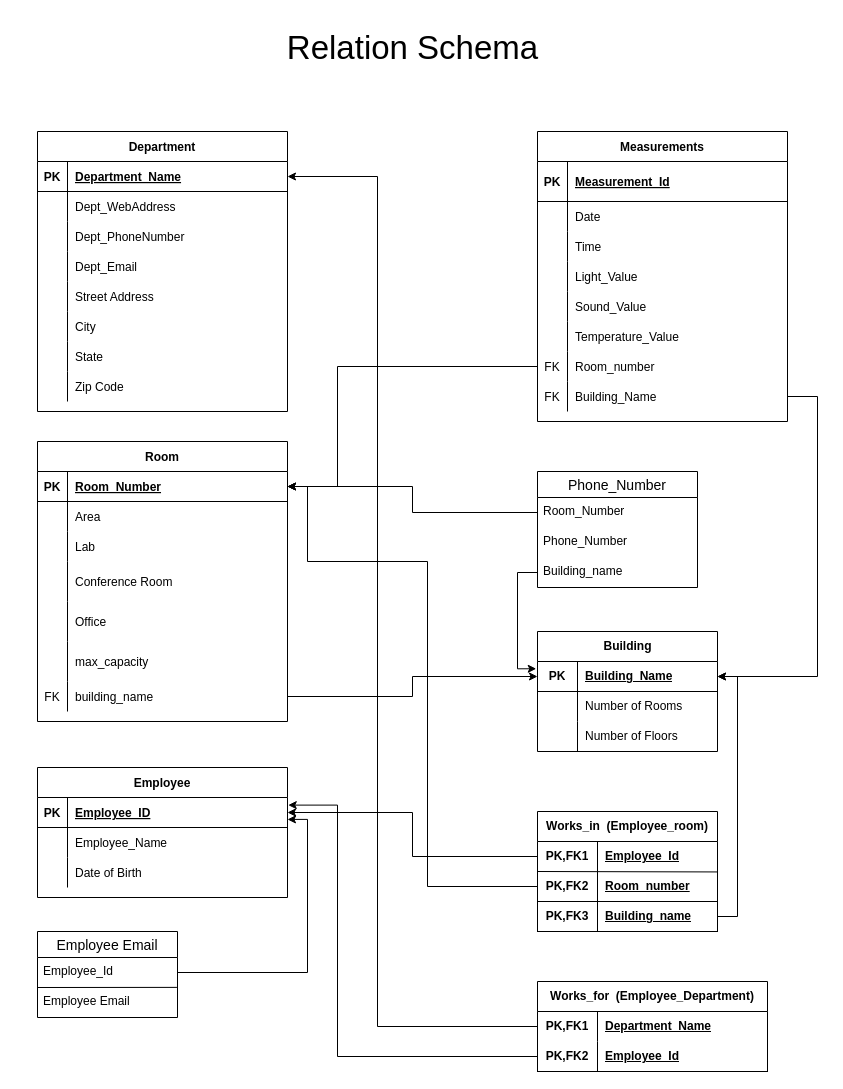
The draw.io diagram Untitled Diagram.drawio in motharahul/cloud-magic, before the edit. Source tidied: cells renumbered, new cells numbered last; positions are measured from the earlier drawing's top-left corner, leaving out a move shared by most shapes. Both pictures are drawn from the tidied source at 100%, with x=0, y=0 at pixel (37, 17).
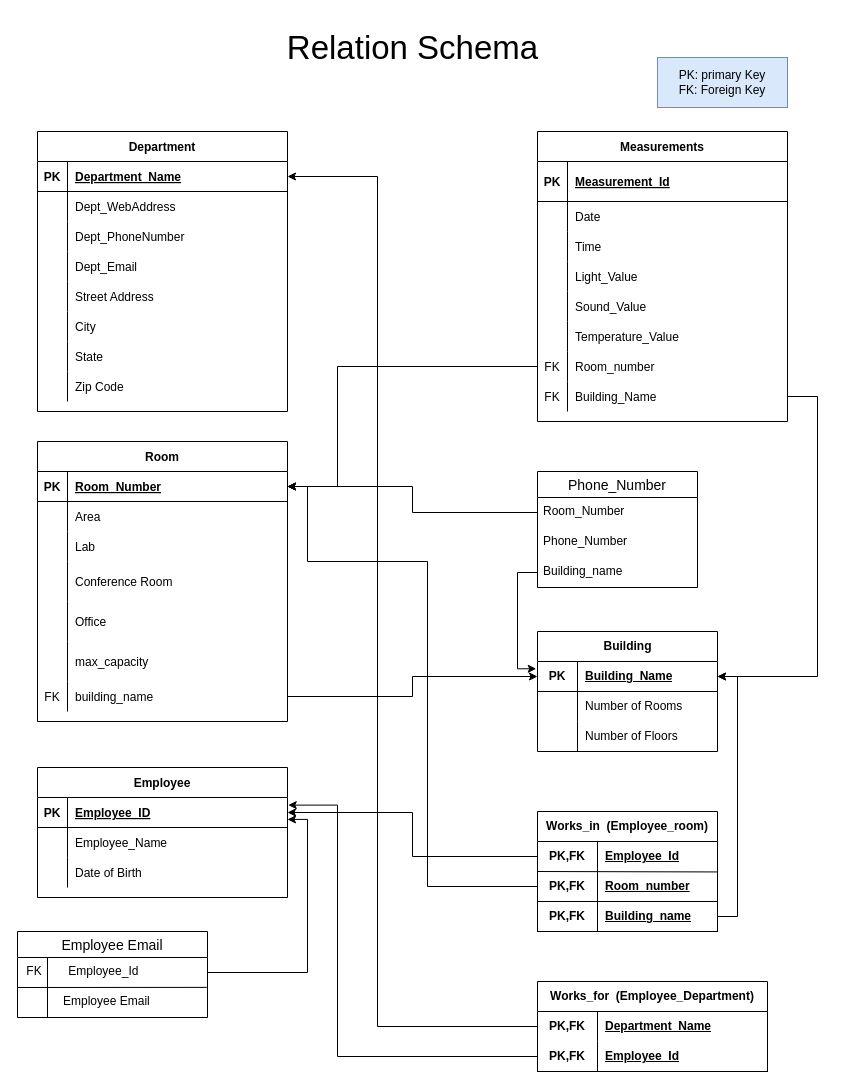
Above is the later version.

Unchanged cells that the change refers to:
```xml
<mxCell id="103" style="shape=tableRow;horizontal=0;startSize=0;swimlaneHead=0;swimlaneBody=0;fillColor=none;points=[[0,0.5],[1,0.5]];portConstraint=eastwest;top=0;left=0;right=0;bottom=0;html=1;" parent="102" vertex="1">
  <mxGeometry y="30" width="180" height="30" as="geometry" />
</mxCell>
<mxCell id="106" style="shape=tableRow;horizontal=0;startSize=0;swimlaneHead=0;swimlaneBody=0;fillColor=none;points=[[0,0.5],[1,0.5]];portConstraint=eastwest;top=0;left=0;right=0;bottom=1;html=1;" parent="102" vertex="1">
  <mxGeometry y="60" width="180" height="30" as="geometry" />
</mxCell>
<mxCell id="109" style="shape=tableRow;horizontal=0;startSize=0;swimlaneHead=0;swimlaneBody=0;fillColor=none;points=[[0,0.5],[1,0.5]];portConstraint=eastwest;top=0;left=0;right=0;bottom=1;html=1;" parent="102" vertex="1">
  <mxGeometry y="90" width="180" height="30" as="geometry" />
</mxCell>
<mxCell id="113" style="shape=tableRow;horizontal=0;startSize=0;swimlaneHead=0;swimlaneBody=0;fillColor=none;points=[[0,0.5],[1,0.5]];portConstraint=eastwest;top=0;left=0;right=0;bottom=0;html=1;" parent="112" vertex="1">
  <mxGeometry y="30" width="230" height="30" as="geometry" />
</mxCell>
<mxCell id="116" style="shape=tableRow;horizontal=0;startSize=0;swimlaneHead=0;swimlaneBody=0;fillColor=none;points=[[0,0.5],[1,0.5]];portConstraint=eastwest;top=0;left=0;right=0;bottom=1;html=1;" parent="112" vertex="1">
  <mxGeometry y="60" width="230" height="30" as="geometry" />
</mxCell>
```

The edit, as a diff of the source:
```diff
@@
     <mxCell id="76" value="Employee Email" style="swimlane;fontStyle=0;horizontal=1;startSize=26;align=center;fontSize=14;" parent="1" vertex="1">
-      <mxGeometry y="914" width="140" height="86" as="geometry" />
+      <mxGeometry x="-20" y="914" width="190" height="86" as="geometry" />
     </mxCell>
@@
-    <mxCell id="78" value="Employee_Id" style="text;strokeColor=none;fillColor=none;spacingLeft=4;spacingRight=4;overflow=hidden;points=[[0,0.5],[1,0.5]];portConstraint=eastwest;fontSize=12;whiteSpace=wrap;html=1;" parent="76" vertex="1">
-      <mxGeometry y="26" width="140" height="30" as="geometry" />
+    <mxCell id="78" value="&amp;nbsp;FK&amp;nbsp; &amp;nbsp; &amp;nbsp; &amp;nbsp; Employee_Id" style="text;strokeColor=none;fillColor=none;spacingLeft=4;spacingRight=4;overflow=hidden;points=[[0,0.5],[1,0.5]];portConstraint=eastwest;fontSize=12;whiteSpace=wrap;html=1;" parent="76" vertex="1">
+      <mxGeometry y="26" width="190" height="30" as="geometry" />
     </mxCell>
-    <mxCell id="79" value="Employee Email" style="text;strokeColor=none;fillColor=none;spacingLeft=4;spacingRight=4;overflow=hidden;points=[[0,0.5],[1,0.5]];portConstraint=eastwest;fontSize=12;whiteSpace=wrap;html=1;" parent="76" vertex="1">
-      <mxGeometry y="56" width="140" height="30" as="geometry" />
+    <mxCell id="79" value="&amp;nbsp; &amp;nbsp; &amp;nbsp; &amp;nbsp; &amp;nbsp; &amp;nbsp; Employee Email" style="text;strokeColor=none;fillColor=none;spacingLeft=4;spacingRight=4;overflow=hidden;points=[[0,0.5],[1,0.5]];portConstraint=eastwest;fontSize=12;whiteSpace=wrap;html=1;" parent="76" vertex="1">
+      <mxGeometry y="56" width="190" height="30" as="geometry" />
     </mxCell>
+    <mxCell id="132" style="endArrow=none;html=1;rounded=0;" parent="76" edge="1">
+      <mxGeometry relative="1" as="geometry">
+        <mxPoint x="30" y="26" as="sourcePoint" />
+        <mxPoint x="30" y="86" as="targetPoint" />
+      </mxGeometry>
+    </mxCell>
@@
-    <mxCell id="104" value="PK,FK1" style="shape=partialRectangle;fillColor=none;top=0;left=0;bottom=0;right=0;fontStyle=1;overflow=hidden;html=1;whiteSpace=wrap;" parent="103" vertex="1">
+    <mxCell id="104" value="PK,FK" style="shape=partialRectangle;fillColor=none;top=0;left=0;bottom=0;right=0;fontStyle=1;overflow=hidden;html=1;whiteSpace=wrap;" parent="103" vertex="1">
       <mxGeometry width="60" height="30" as="geometry" />
     </mxCell>
@@
-    <mxCell id="107" value="PK,FK2" style="shape=partialRectangle;fillColor=none;top=0;left=0;bottom=0;right=0;fontStyle=1;overflow=hidden;html=1;whiteSpace=wrap;" parent="106" vertex="1">
+    <mxCell id="107" value="PK,FK" style="shape=partialRectangle;fillColor=none;top=0;left=0;bottom=0;right=0;fontStyle=1;overflow=hidden;html=1;whiteSpace=wrap;" parent="106" vertex="1">
       <mxGeometry width="60" height="30" as="geometry" />
     </mxCell>
@@
-    <mxCell id="110" value="PK,FK3" style="shape=partialRectangle;fillColor=none;top=0;left=0;bottom=0;right=0;fontStyle=1;overflow=hidden;html=1;whiteSpace=wrap;" parent="109" vertex="1">
+    <mxCell id="110" value="PK,FK" style="shape=partialRectangle;fillColor=none;top=0;left=0;bottom=0;right=0;fontStyle=1;overflow=hidden;html=1;whiteSpace=wrap;" parent="109" vertex="1">
       <mxGeometry width="60" height="30" as="geometry" />
     </mxCell>
@@
-    <mxCell id="114" value="PK,FK1" style="shape=partialRectangle;fillColor=none;top=0;left=0;bottom=0;right=0;fontStyle=1;overflow=hidden;html=1;whiteSpace=wrap;" parent="113" vertex="1">
+    <mxCell id="114" value="PK,FK" style="shape=partialRectangle;fillColor=none;top=0;left=0;bottom=0;right=0;fontStyle=1;overflow=hidden;html=1;whiteSpace=wrap;" parent="113" vertex="1">
       <mxGeometry width="60" height="30" as="geometry" />
     </mxCell>
@@
-    <mxCell id="117" value="PK,FK2" style="shape=partialRectangle;fillColor=none;top=0;left=0;bottom=0;right=0;fontStyle=1;overflow=hidden;html=1;whiteSpace=wrap;" parent="116" vertex="1">
+    <mxCell id="117" value="PK,FK" style="shape=partialRectangle;fillColor=none;top=0;left=0;bottom=0;right=0;fontStyle=1;overflow=hidden;html=1;whiteSpace=wrap;" parent="116" vertex="1">
       <mxGeometry width="60" height="30" as="geometry" />
     </mxCell>
@@
+    <mxCell id="133" value="PK: primary Key&lt;br&gt;FK: Foreign Key" style="text;html=1;strokeColor=#6c8ebf;fillColor=#dae8fc;align=center;verticalAlign=middle;whiteSpace=wrap;rounded=0;" parent="1" vertex="1">
+      <mxGeometry x="620" y="40" width="130" height="50" as="geometry" />
+    </mxCell>
```
